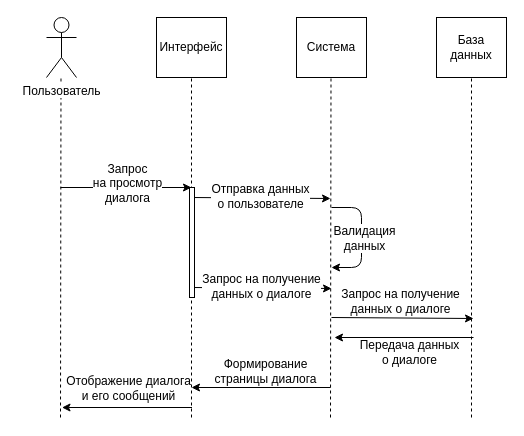
Fake-Make/Au keeps this draw.io diagram as Diagrams/Cases Diagrams/Dialog View.drawio. Above is the earlier version. Source tidied: cells renumbered, new cells numbered last; positions are measured from the earlier drawing's top-left corner, leaving out a move shared by most shapes. Both pictures are drawn from the tidied source at 100%, with x=0, y=0 at pixel (46, 17).
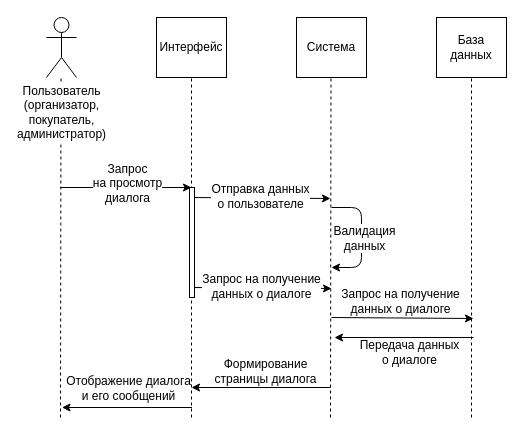
After the change.

Change to the diagram source:
```diff
@@
-    <mxCell id="9" value="Пользователь&lt;br&gt;" style="shape=umlActor;verticalLabelPosition=bottom;labelBackgroundColor=#ffffff;verticalAlign=top;html=1;" parent="1" vertex="1">
+    <mxCell id="9" value="Пользователь&lt;br&gt;(организатор,&lt;br&gt;покупатель,&lt;br&gt;администратор)&lt;br&gt;" style="shape=umlActor;verticalLabelPosition=bottom;labelBackgroundColor=#ffffff;verticalAlign=top;html=1;" parent="1" vertex="1">
       <mxGeometry width="30" height="60" as="geometry" />
     </mxCell>
```
